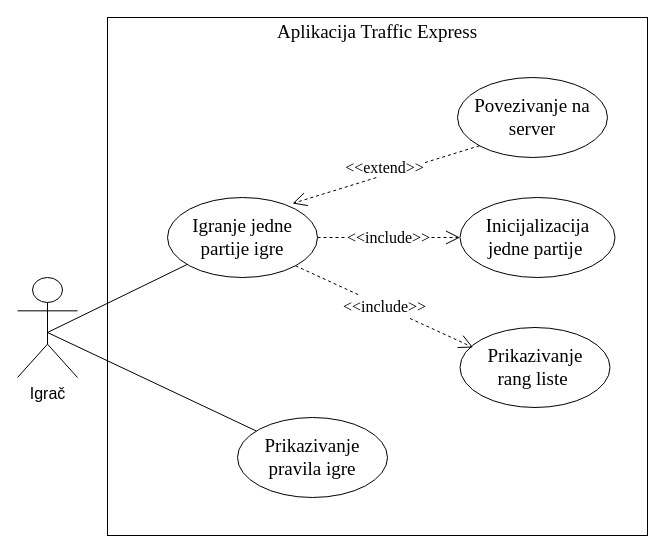
Above: specification/useCaseDiagram.drawio.xml in mitrovicmasa/traffic-express (draw.io), before the change. Source tidied: cells renumbered, new cells numbered last; positions are measured from the earlier drawing's top-left corner, leaving out a move shared by most shapes. Both pictures are drawn from the tidied source at 100%, with x=0, y=0 at pixel (17, 17).
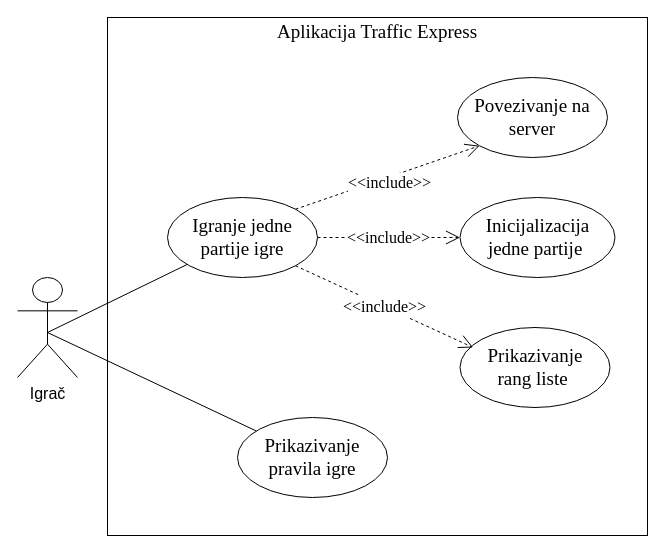
After the change.

Commit message (it also covers changes not shown here):
doc: Modified use case diagram

Diff of the diagram source:
```diff
@@
 <mxGraphModel>
   <root>
     <mxCell id="0" />
     <mxCell id="1" parent="0" />
     <mxCell id="2" value="&lt;font style=&quot;font-size: 16px;&quot;&gt;Igrač&lt;/font&gt;" style="shape=umlActor;verticalLabelPosition=bottom;verticalAlign=top;html=1;" parent="1" vertex="1">
       <mxGeometry y="260" width="60" height="100" as="geometry" />
     </mxCell>
     <mxCell id="3" value="&lt;blockquote style=&quot;text-align: left;&quot;&gt;&lt;br&gt;&lt;/blockquote&gt;&lt;div style=&quot;text-align: justify;&quot;&gt;&lt;/div&gt;" style="rounded=0;whiteSpace=wrap;html=1;" parent="1" vertex="1">
       <mxGeometry x="90" width="540" height="518" as="geometry" />
     </mxCell>
     <mxCell id="4" value="&lt;font style=&quot;font-size: 19px;&quot;&gt;Aplikacija Traffic Express&lt;/font&gt;" style="text;html=1;strokeColor=none;fillColor=none;align=center;verticalAlign=middle;whiteSpace=wrap;rounded=0;fontFamily=Times New Roman;" parent="1" vertex="1">
       <mxGeometry x="255" width="210" height="30" as="geometry" />
     </mxCell>
     <mxCell id="5" value="Igranje jedne partije igre" style="ellipse;whiteSpace=wrap;html=1;fontFamily=Times New Roman;fontSize=19;" parent="1" vertex="1">
       <mxGeometry x="150" y="180" width="150" height="80" as="geometry" />
     </mxCell>
     <mxCell id="6" value="Povezivanje na server" style="ellipse;whiteSpace=wrap;html=1;fontFamily=Times New Roman;fontSize=19;" parent="1" vertex="1">
       <mxGeometry x="440" y="60" width="150" height="80" as="geometry" />
     </mxCell>
     <mxCell id="7" value="Prikazivanje pravila igre" style="ellipse;whiteSpace=wrap;html=1;fontFamily=Times New Roman;fontSize=19;" parent="1" vertex="1">
       <mxGeometry x="220" y="400" width="150" height="80" as="geometry" />
     </mxCell>
     <mxCell id="8" style="endArrow=none;html=1;rounded=0;fontFamily=Times New Roman;fontSize=19;" parent="1" edge="1" target="5">
       <mxGeometry relative="1" as="geometry">
         <mxPoint x="30" y="315" as="sourcePoint" />
       </mxGeometry>
     </mxCell>
     <mxCell id="9" style="endArrow=none;html=1;rounded=0;fontFamily=Times New Roman;fontSize=19;" parent="1" edge="1" target="7">
       <mxGeometry relative="1" as="geometry">
         <mxPoint x="30" y="315" as="sourcePoint" />
       </mxGeometry>
     </mxCell>
     <mxCell id="10" value="&lt;font face=&quot;Times New Roman&quot; style=&quot;font-size: 19px;&quot;&gt;Inicijalizacija&lt;br&gt;jedne partije&amp;nbsp;&lt;/font&gt;" style="ellipse;whiteSpace=wrap;html=1;" parent="1" vertex="1">
       <mxGeometry x="442.5" y="180" width="155" height="80" as="geometry" />
     </mxCell>
     <mxCell id="11" value="Prikazivanje&lt;br&gt;rang liste&amp;nbsp;" style="ellipse;whiteSpace=wrap;html=1;fontFamily=Times New Roman;fontSize=19;" parent="1" vertex="1">
       <mxGeometry x="442.5" y="310" width="150" height="80" as="geometry" />
     </mxCell>
     <mxCell id="12" value="&lt;font style=&quot;font-size: 16px;&quot;&gt;&amp;lt;&amp;lt;include&amp;gt;&amp;gt;&lt;/font&gt;" style="endArrow=open;endSize=12;dashed=1;html=1;rounded=0;fontFamily=Times New Roman;fontSize=19;entryX=0;entryY=0.5;entryDx=0;entryDy=0;exitX=1;exitY=0.5;exitDx=0;exitDy=0;" parent="1" edge="1" source="5" target="10">
       <mxGeometry relative="1" as="geometry" />
     </mxCell>
     <mxCell id="13" value="&lt;font style=&quot;font-size: 16px;&quot;&gt;&amp;lt;&amp;lt;include&amp;gt;&amp;gt;&lt;/font&gt;" style="endArrow=open;endSize=12;dashed=1;html=1;rounded=0;fontFamily=Times New Roman;fontSize=19;exitX=1;exitY=1;exitDx=0;exitDy=0;entryX=0.088;entryY=0.25;entryDx=0;entryDy=0;entryPerimeter=0;" parent="1" edge="1" source="5" target="11">
       <mxGeometry relative="1" as="geometry" />
     </mxCell>
-    <mxCell id="14" value="&lt;span style=&quot;font-family: &amp;quot;Times New Roman&amp;quot;; font-size: 16px;&quot;&gt;&amp;lt;&amp;lt;extend&amp;gt;&amp;gt;&lt;/span&gt;" style="endArrow=open;endSize=12;dashed=1;html=1;rounded=0;exitX=0;exitY=1;exitDx=0;exitDy=0;fontSize=12;entryX=0.833;entryY=0.075;entryDx=0;entryDy=0;entryPerimeter=0;" parent="1" edge="1" source="6" target="5">
+    <mxCell id="14" value="&lt;span style=&quot;font-family: &amp;quot;Times New Roman&amp;quot;; font-size: 16px;&quot;&gt;&amp;lt;&amp;lt;include&amp;gt;&amp;gt;&lt;/span&gt;" style="endArrow=open;endSize=12;dashed=1;html=1;rounded=0;exitX=1;exitY=0;exitDx=0;exitDy=0;fontSize=12;entryX=0;entryY=1;entryDx=0;entryDy=0;" parent="1" edge="1" source="5" target="6">
       <mxGeometry y="-6" relative="1" as="geometry">
         <mxPoint y="-1" as="offset" />
       </mxGeometry>
     </mxCell>
   </root>
 </mxGraphModel>
```
